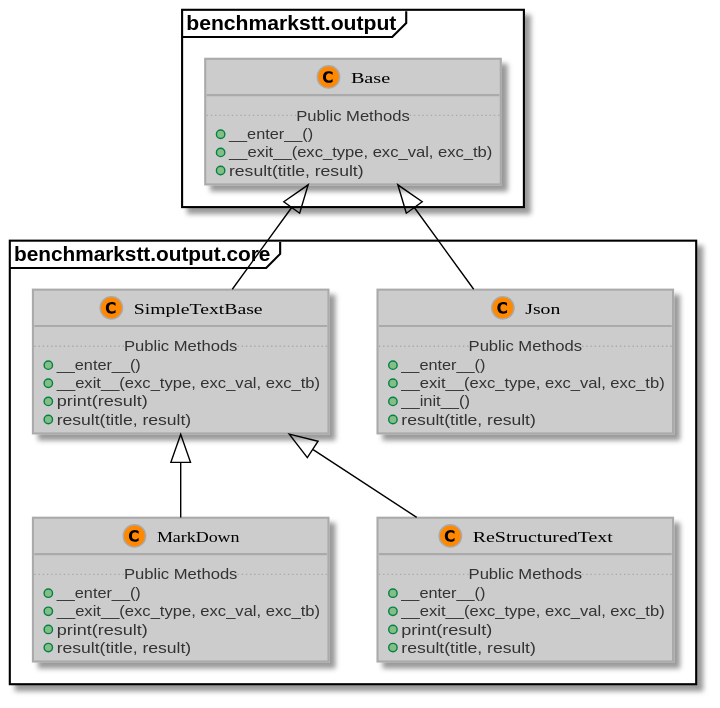
Above: docs/_static/uml/benchmarkstt.output.svg in ebu/benchmarkstt (PlantUML), before the change. The source it was exported from:
```plantuml
@startuml

skinparam packageStyle Frame
!define LIGHTORANGE
!includeurl https://raw.githubusercontent.com/Drakemor/RedDress-PlantUML/master/style.puml
package benchmarkstt.output [[https://benchmarkstt.readthedocs.io/en/latest/modules/benchmarkstt.output.html#]] {

	class benchmarkstt.output.Base  [[https://benchmarkstt.readthedocs.io/en/latest/modules/benchmarkstt.output.html#benchmarkstt.output.Base]] {
		.. Public Methods ..
		+__enter__()
		+__exit__(exc_type, exc_val, exc_tb)
		+result(title, result)
	}
}

package benchmarkstt.output.core [[https://benchmarkstt.readthedocs.io/en/latest/modules/benchmarkstt.output.core.html#]] {

	class benchmarkstt.output.core.Json  [[https://benchmarkstt.readthedocs.io/en/latest/modules/benchmarkstt.output.core.html#benchmarkstt.output.core.Json]] extends benchmarkstt.output.Base {
		.. Public Methods ..
		+__enter__()
		+__exit__(exc_type, exc_val, exc_tb)
		+__init__()
		+result(title, result)
	}

	class benchmarkstt.output.core.MarkDown  [[https://benchmarkstt.readthedocs.io/en/latest/modules/benchmarkstt.output.core.html#benchmarkstt.output.core.MarkDown]] extends benchmarkstt.output.core.SimpleTextBase {
		.. Public Methods ..
		+__enter__()
		+__exit__(exc_type, exc_val, exc_tb)
		+print(result)
		+result(title, result)
	}

	class benchmarkstt.output.core.ReStructuredText  [[https://benchmarkstt.readthedocs.io/en/latest/modules/benchmarkstt.output.core.html#benchmarkstt.output.core.ReStructuredText]] extends benchmarkstt.output.core.SimpleTextBase {
		.. Public Methods ..
		+__enter__()
		+__exit__(exc_type, exc_val, exc_tb)
		+print(result)
		+result(title, result)
	}

	class benchmarkstt.output.core.SimpleTextBase  [[https://benchmarkstt.readthedocs.io/en/latest/modules/benchmarkstt.output.core.html#benchmarkstt.output.core.SimpleTextBase]] extends benchmarkstt.output.Base {
		.. Public Methods ..
		+__enter__()
		+__exit__(exc_type, exc_val, exc_tb)
		+print(result)
		+result(title, result)
	}
}




@enduml
```
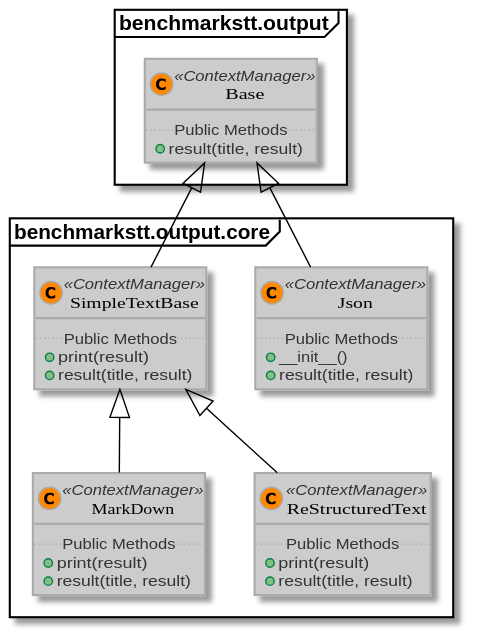
Above is the later version.

The edit, as a diff of the source:
```diff
@@ -5,44 +5,34 @@
 !includeurl https://raw.githubusercontent.com/Drakemor/RedDress-PlantUML/master/style.puml
 package benchmarkstt.output [[https://benchmarkstt.readthedocs.io/en/latest/modules/benchmarkstt.output.html#]] {
 
-	class benchmarkstt.output.Base  [[https://benchmarkstt.readthedocs.io/en/latest/modules/benchmarkstt.output.html#benchmarkstt.output.Base]] {
+	class benchmarkstt.output.Base << ContextManager >>  [[https://benchmarkstt.readthedocs.io/en/latest/modules/benchmarkstt.output.html#benchmarkstt.output.Base]] {
 		.. Public Methods ..
-		+__enter__()
-		+__exit__(exc_type, exc_val, exc_tb)
 		+result(title, result)
 	}
 }
 
 package benchmarkstt.output.core [[https://benchmarkstt.readthedocs.io/en/latest/modules/benchmarkstt.output.core.html#]] {
 
-	class benchmarkstt.output.core.Json  [[https://benchmarkstt.readthedocs.io/en/latest/modules/benchmarkstt.output.core.html#benchmarkstt.output.core.Json]] extends benchmarkstt.output.Base {
+	class benchmarkstt.output.core.Json << ContextManager >>  [[https://benchmarkstt.readthedocs.io/en/latest/modules/benchmarkstt.output.core.html#benchmarkstt.output.core.Json]] extends benchmarkstt.output.Base {
 		.. Public Methods ..
-		+__enter__()
-		+__exit__(exc_type, exc_val, exc_tb)
 		+__init__()
 		+result(title, result)
 	}
 
-	class benchmarkstt.output.core.MarkDown  [[https://benchmarkstt.readthedocs.io/en/latest/modules/benchmarkstt.output.core.html#benchmarkstt.output.core.MarkDown]] extends benchmarkstt.output.core.SimpleTextBase {
+	class benchmarkstt.output.core.MarkDown << ContextManager >>  [[https://benchmarkstt.readthedocs.io/en/latest/modules/benchmarkstt.output.core.html#benchmarkstt.output.core.MarkDown]] extends benchmarkstt.output.core.SimpleTextBase {
 		.. Public Methods ..
-		+__enter__()
-		+__exit__(exc_type, exc_val, exc_tb)
 		+print(result)
 		+result(title, result)
 	}
 
-	class benchmarkstt.output.core.ReStructuredText  [[https://benchmarkstt.readthedocs.io/en/latest/modules/benchmarkstt.output.core.html#benchmarkstt.output.core.ReStructuredText]] extends benchmarkstt.output.core.SimpleTextBase {
+	class benchmarkstt.output.core.ReStructuredText << ContextManager >>  [[https://benchmarkstt.readthedocs.io/en/latest/modules/benchmarkstt.output.core.html#benchmarkstt.output.core.ReStructuredText]] extends benchmarkstt.output.core.SimpleTextBase {
 		.. Public Methods ..
-		+__enter__()
-		+__exit__(exc_type, exc_val, exc_tb)
 		+print(result)
 		+result(title, result)
 	}
 
-	class benchmarkstt.output.core.SimpleTextBase  [[https://benchmarkstt.readthedocs.io/en/latest/modules/benchmarkstt.output.core.html#benchmarkstt.output.core.SimpleTextBase]] extends benchmarkstt.output.Base {
+	class benchmarkstt.output.core.SimpleTextBase << ContextManager >>  [[https://benchmarkstt.readthedocs.io/en/latest/modules/benchmarkstt.output.core.html#benchmarkstt.output.core.SimpleTextBase]] extends benchmarkstt.output.Base {
 		.. Public Methods ..
-		+__enter__()
-		+__exit__(exc_type, exc_val, exc_tb)
 		+print(result)
 		+result(title, result)
 	}
```
